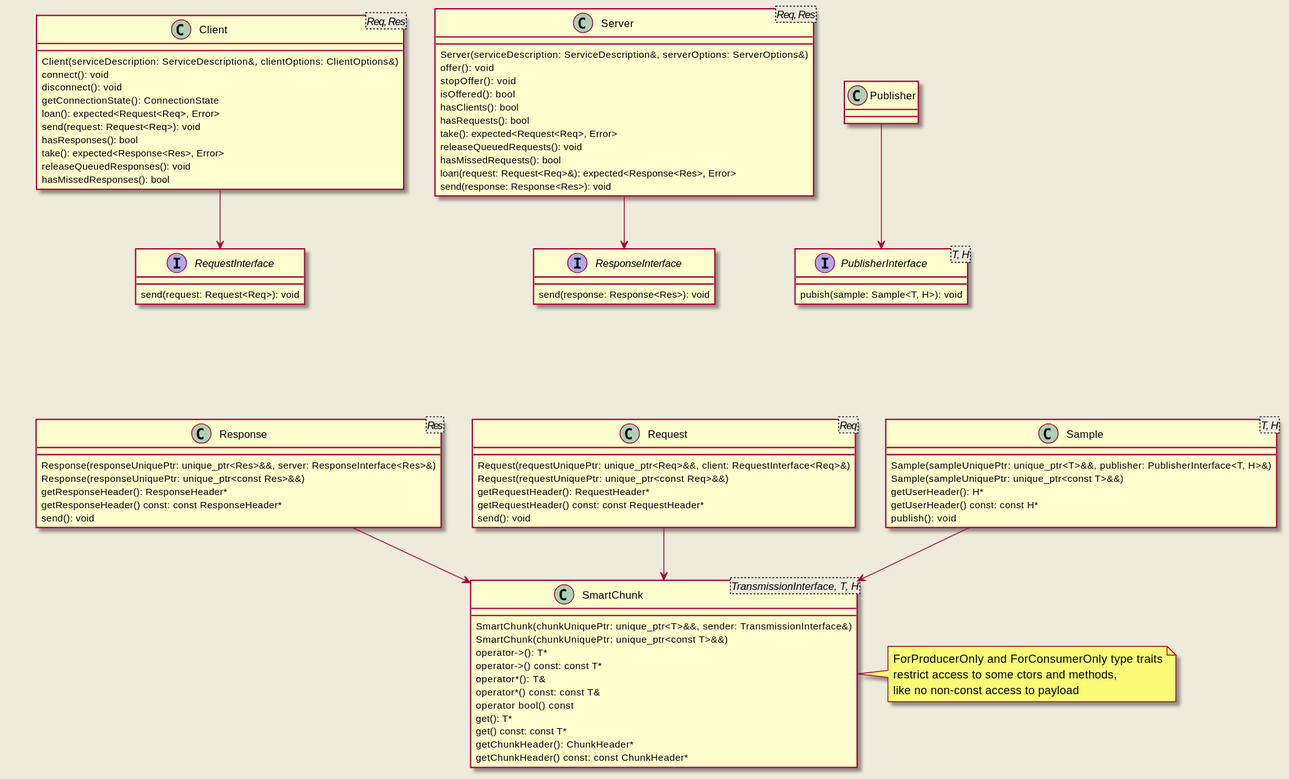
Above: doc/design/diagrams/request_response/typed_api.svg in eclipse-iceoryx/iceoryx (PlantUML), before the change. Its source is kept beside it as doc/design/diagrams/request_response/typed_api.puml.
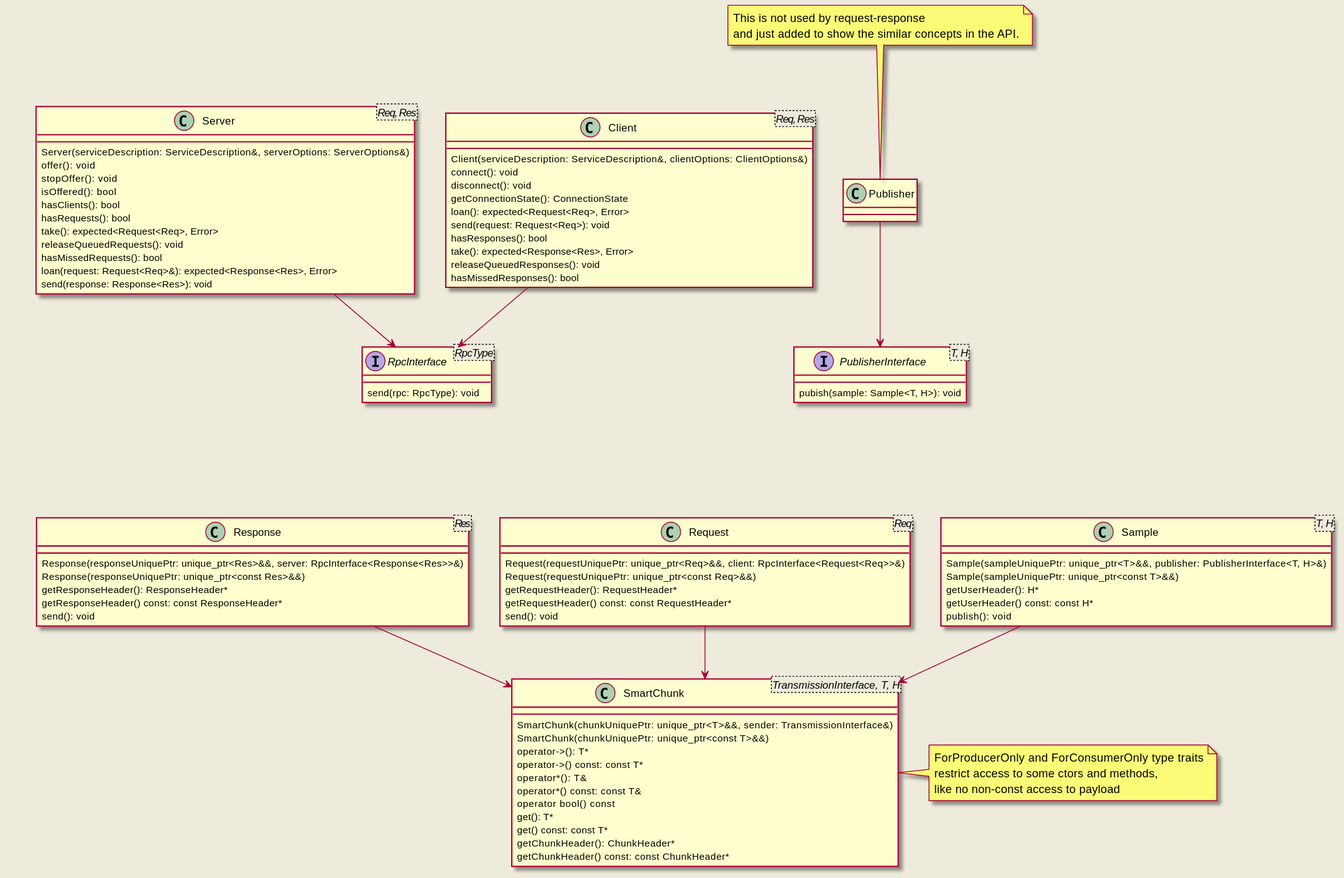
Later version of the same file.

Commit message:
iox-#27 Further typed API refinement

Diff of the diagram source:
```diff
@@ -53,12 +53,8 @@
   pubish(sample: Sample<T, H>): void
 }
 
-interface RequestInterface {
-  send(request: Request<Req>): void
-}
-
-interface ResponseInterface {
-  send(response: Response<Res>): void
+interface RpcInterface <RpcType> {
+  send(rpc: RpcType): void
 }
 
 together Group2 {
@@ -71,7 +67,7 @@
 }
 
 class Request<Req> {
-  Request(requestUniquePtr: unique_ptr<Req>&&, client: RequestInterface<Req>&)
+  Request(requestUniquePtr: unique_ptr<Req>&&, client: RpcInterface<Request<Req>>&)
   Request(requestUniquePtr: unique_ptr<const Req>&&)
   getRequestHeader(): RequestHeader*
   getRequestHeader() const: const RequestHeader*
@@ -79,7 +75,7 @@
 }
 
 class Response<Res> {
-  Response(responseUniquePtr: unique_ptr<Res>&&, server: ResponseInterface<Res>&)
+  Response(responseUniquePtr: unique_ptr<Res>&&, server: RpcInterface<Response<Res>>&)
   Response(responseUniquePtr: unique_ptr<const Res>&&)
   getResponseHeader(): ResponseHeader*
   getResponseHeader() const: const ResponseHeader*
@@ -87,9 +83,11 @@
 }
 }
 
+note top of Publisher: This is not used by request-response\nand just added to show the similar concepts in the API.
+
 Publisher --> PublisherInterface
-Client --> RequestInterface
-Server --> ResponseInterface
+Client --> RpcInterface
+Server --> RpcInterface
 
 Group1 -[hidden]--- Group2
 
```
